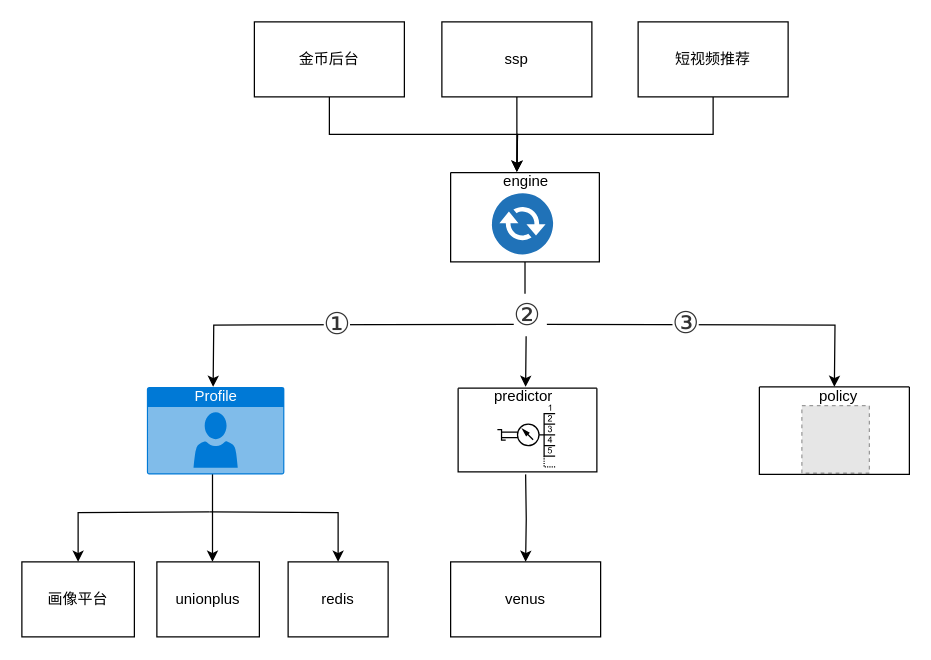
Before: engineering/算法工程架构.drawio in gydong/graphs, a draw.io diagram. Source tidied: cells renumbered, new cells numbered last; positions are measured from the earlier drawing's top-left corner, leaving out a move shared by most shapes. Both pictures are drawn from the tidied source at 125%, with x=0, y=0 at pixel (21, 21). Pictures stored in the file or linked from it are replaced by grey dashed boxes.
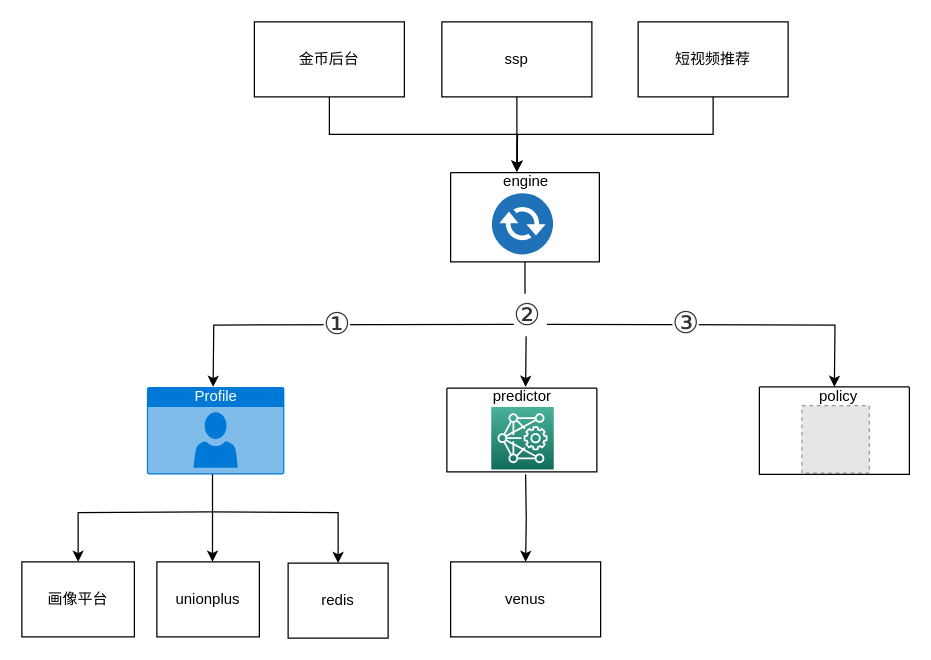
The same page after the edit.

Commit message:
更新算法工程架构.drawio

What changed in the source:
```diff
@@
     <mxCell id="14" value="redis" style="rounded=0;whiteSpace=wrap;html=1;" parent="1" vertex="1">
-      <mxGeometry x="213" y="432" width="80" height="60" as="geometry" />
+      <mxGeometry x="213" y="433" width="80" height="60" as="geometry" />
     </mxCell>
@@
-    <mxCell id="29" style="swimlane;startSize=0;fillColor=#99CCFF;" parent="1" vertex="1">
-      <mxGeometry x="349" y="293" width="111" height="67" as="geometry" />
+    <mxCell id="29" style="swimlane;startSize=0;fillColor=#67AB9F;" parent="1" vertex="1">
+      <mxGeometry x="340" y="293" width="120" height="67" as="geometry" />
     </mxCell>
     <mxCell id="30" value="predictor" style="text;html=1;align=center;verticalAlign=middle;strokeColor=none;fillColor=none;" parent="29" vertex="1">
-      <mxGeometry x="16.5" y="-8" width="70" height="30" as="geometry" />
+      <mxGeometry x="24.5" y="-8" width="70" height="30" as="geometry" />
     </mxCell>
-    <mxCell id="31" style="verticalLabelPosition=bottom;html=1;verticalAlign=top;strokeColor=#000000;fillColor=#000000;align=center;shape=mxgraph.fluid_power.x11840;" parent="29" vertex="1">
-      <mxGeometry x="31.4" y="13" width="46.2" height="50" as="geometry" />
-    </mxCell>
+    <mxCell id="32" style="sketch=0;fontColor=#232F3E;gradientColor=#4AB29A;gradientDirection=north;fillColor=#116D5B;strokeColor=#ffffff;dashed=0;verticalLabelPosition=bottom;verticalAlign=top;align=center;html=1;fontSize=12;fontStyle=0;shape=mxgraph.aws4.resourceIcon;resIcon=mxgraph.aws4.deep_learning_amis;" parent="29" vertex="1">
+      <mxGeometry x="35.5" y="15" width="50" height="50" as="geometry" />
+    </mxCell>
```
